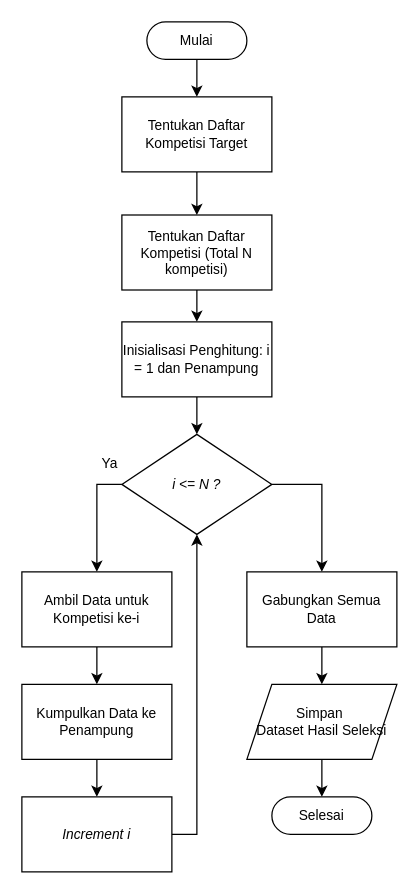
Earlier version of the draw.io diagram diagrams/flowchart selection.drawio (fadhilra101/skripsi). Source tidied: cells renumbered, new cells numbered last; positions are measured from the earlier drawing's top-left corner, leaving out a move shared by most shapes. Both pictures are drawn from the tidied source at 125%, with x=0, y=0 at pixel (21, 21).
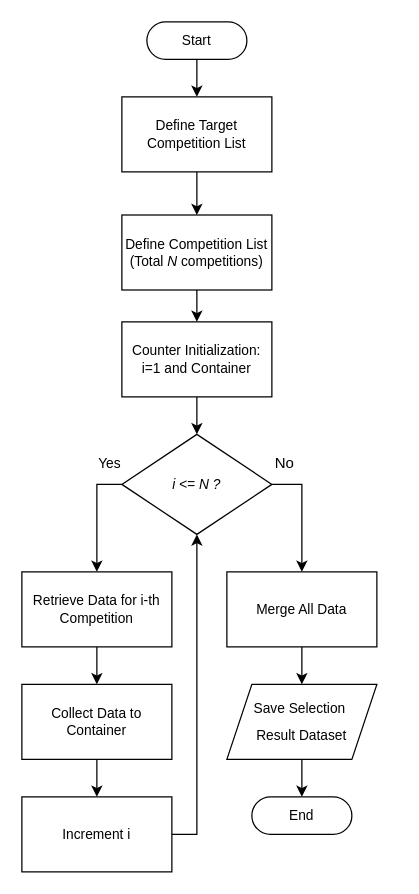
Above is the later version.

Unchanged cells that the change refers to:
```xml
<mxCell id="12" value="&lt;i&gt;i &amp;lt;= N ?&lt;/i&gt;" style="rhombus;whiteSpace=wrap;html=1;fontSize=11;" parent="1" vertex="1">
  <mxGeometry x="80" y="330" width="120" height="80" as="geometry" />
</mxCell>
```

The edit, as a diff of the source:
```diff
@@
-    <mxCell id="3" value="Tentukan Daftar Kompetisi Target" style="rounded=0;whiteSpace=wrap;html=1;fontSize=11;" parent="1" vertex="1">
+    <mxCell id="3" value="Define Target Competition List" style="rounded=0;whiteSpace=wrap;html=1;fontSize=11;" parent="1" vertex="1">
       <mxGeometry x="80" y="60" width="120" height="60" as="geometry" />
     </mxCell>
@@
-    <mxCell id="5" value="Tentukan Daftar Kompetisi (Total N kompetisi)" style="rounded=0;whiteSpace=wrap;html=1;fontSize=11;" parent="1" vertex="1">
+    <mxCell id="5" value="Define Competition List (Total &lt;i&gt;N &lt;/i&gt;competitions)" style="rounded=0;whiteSpace=wrap;html=1;fontSize=11;" parent="1" vertex="1">
       <mxGeometry x="80" y="154.5" width="120" height="60" as="geometry" />
     </mxCell>
@@
-    <mxCell id="7" value="Mulai" style="html=1;dashed=0;whiteSpace=wrap;shape=mxgraph.dfd.start;fontSize=11;" parent="1" vertex="1">
+    <mxCell id="7" value="Start" style="html=1;dashed=0;whiteSpace=wrap;shape=mxgraph.dfd.start;fontSize=11;" parent="1" vertex="1">
       <mxGeometry x="100" width="80" height="30" as="geometry" />
     </mxCell>
@@
-    <mxCell id="9" value="Inisialisasi Penghitung: i = 1 dan Penampung" style="rounded=0;whiteSpace=wrap;html=1;fontSize=11;" parent="1" vertex="1">
+    <mxCell id="9" value="Counter Initialization: i=1 and Container" style="rounded=0;whiteSpace=wrap;html=1;fontSize=11;" parent="1" vertex="1">
       <mxGeometry x="80" y="240" width="120" height="60" as="geometry" />
     </mxCell>
@@
     <mxCell id="11" style="edgeStyle=orthogonalEdgeStyle;rounded=0;jettySize=auto;html=1;entryX=0.5;entryY=0;entryDx=0;entryDy=0;fontSize=11;" parent="1" edge="1" source="12" target="21">
       <mxGeometry relative="1" as="geometry">
         <Array as="points">
-          <mxPoint x="240" y="370" />
+          <mxPoint x="224" y="370" />
         </Array>
       </mxGeometry>
     </mxCell>
@@
-    <mxCell id="14" value="Ambil Data untuk Kompetisi ke-i" style="rounded=0;whiteSpace=wrap;html=1;fontSize=11;" parent="1" vertex="1">
+    <mxCell id="14" value="Retrieve Data for i-th Competition" style="rounded=0;whiteSpace=wrap;html=1;fontSize=11;" parent="1" vertex="1">
       <mxGeometry y="440" width="120" height="60" as="geometry" />
     </mxCell>
@@
-    <mxCell id="16" value="Kumpulkan Data ke Penampung" style="rounded=0;whiteSpace=wrap;html=1;fontSize=11;" parent="1" vertex="1">
+    <mxCell id="16" value="&lt;p&gt;Collect Data to Container&lt;/p&gt;" style="rounded=0;whiteSpace=wrap;html=1;fontSize=11;" parent="1" vertex="1">
       <mxGeometry y="530" width="120" height="60" as="geometry" />
     </mxCell>
@@
-    <mxCell id="18" value="&lt;i&gt;Increment i&lt;/i&gt;" style="rounded=0;whiteSpace=wrap;html=1;fontSize=11;" parent="1" vertex="1">
+    <mxCell id="18" value="Increment i" style="rounded=0;whiteSpace=wrap;html=1;fontSize=11;" parent="1" vertex="1">
       <mxGeometry y="620" width="120" height="60" as="geometry" />
     </mxCell>
-    <mxCell id="19" value="Ya" style="text;html=1;align=center;verticalAlign=middle;strokeColor=none;fillColor=none;fontSize=11;" parent="1" vertex="1">
+    <mxCell id="19" value="Yes" style="text;html=1;align=center;verticalAlign=middle;strokeColor=none;fillColor=none;fontSize=11;" parent="1" vertex="1">
       <mxGeometry x="50" y="338" width="40" height="30" as="geometry" />
     </mxCell>
@@
-    <mxCell id="21" value="Gabungkan Semua Data" style="rounded=0;whiteSpace=wrap;html=1;fontSize=11;" parent="1" vertex="1">
-      <mxGeometry x="180" y="440" width="120" height="60" as="geometry" />
+    <mxCell id="21" value="&lt;p&gt;Merge All Data&lt;/p&gt;" style="rounded=0;whiteSpace=wrap;html=1;fontSize=11;" parent="1" vertex="1">
+      <mxGeometry x="164" y="440" width="120" height="60" as="geometry" />
     </mxCell>
@@
-    <mxCell id="23" value="Simpan&amp;nbsp;&lt;div&gt;Dataset Hasil Seleksi&lt;/div&gt;" style="shape=parallelogram;perimeter=parallelogramPerimeter;whiteSpace=wrap;html=1;fixedSize=1;fontSize=11;" parent="1" vertex="1">
-      <mxGeometry x="180" y="530" width="120" height="60" as="geometry" />
+    <mxCell id="23" value="&lt;div style=&quot;line-height: 100%;&quot;&gt;&lt;p&gt;Save&amp;nbsp;&lt;span style=&quot;background-color: transparent; color: light-dark(rgb(0, 0, 0), rgb(255, 255, 255));&quot;&gt;Selection&amp;nbsp;&lt;/span&gt;&lt;/p&gt;&lt;p&gt;&lt;span style=&quot;background-color: transparent; color: light-dark(rgb(0, 0, 0), rgb(255, 255, 255));&quot;&gt;Result Dataset&lt;/span&gt;&lt;/p&gt;&lt;/div&gt;" style="shape=parallelogram;perimeter=parallelogramPerimeter;whiteSpace=wrap;html=1;fixedSize=1;fontSize=11;" parent="1" vertex="1">
+      <mxGeometry x="164" y="530" width="120" height="60" as="geometry" />
     </mxCell>
-    <mxCell id="24" value="Selesai" style="html=1;dashed=0;whiteSpace=wrap;shape=mxgraph.dfd.start;fontSize=11;" parent="1" vertex="1">
-      <mxGeometry x="200" y="620" width="80" height="30" as="geometry" />
+    <mxCell id="24" value="End" style="html=1;dashed=0;whiteSpace=wrap;shape=mxgraph.dfd.start;fontSize=11;" parent="1" vertex="1">
+      <mxGeometry x="184" y="620" width="80" height="30" as="geometry" />
     </mxCell>
+    <mxCell id="25" value="No" style="text;html=1;align=center;verticalAlign=middle;strokeColor=none;fillColor=none;" parent="1" vertex="1">
+      <mxGeometry x="190" y="338" width="40" height="30" as="geometry" />
+    </mxCell>
```
